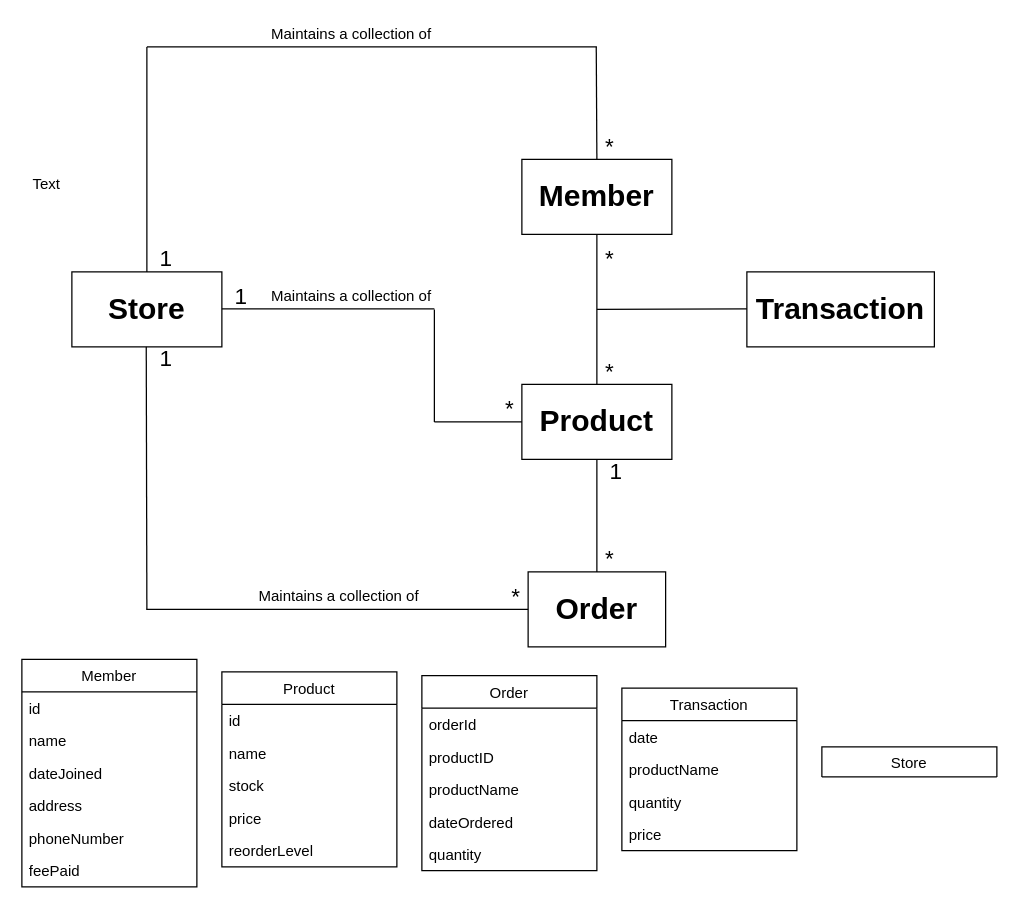
Above: Doc/Conceptual Class Diagram2.0.drawio in vinnyyo/GroupProject1 (draw.io), before the change. Source tidied: cells renumbered, new cells numbered last; positions are measured from the earlier drawing's top-left corner, leaving out a move shared by most shapes. Both pictures are drawn from the tidied source at 125%, with x=0, y=0 at pixel (21, 21).
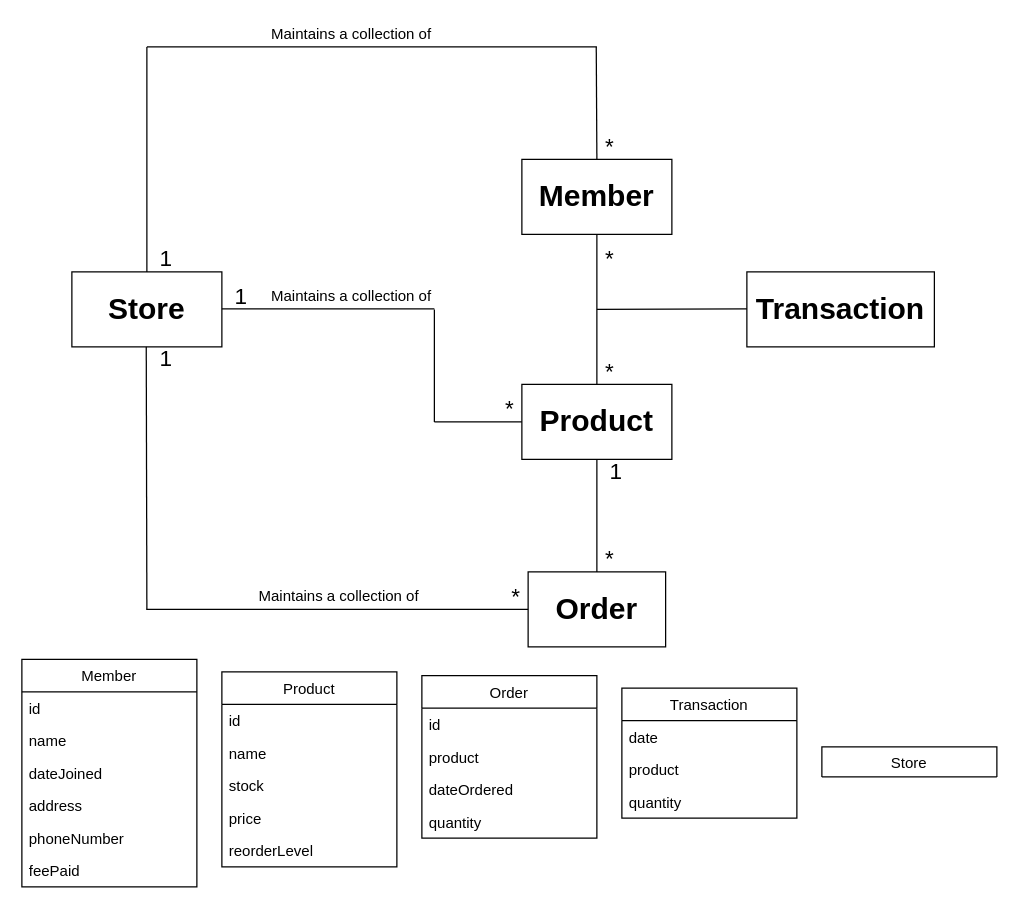
The same diagram, later.

What changed in the source:
```diff
@@
-    <mxCell id="31" value="Text" style="text;html=1;strokeColor=none;fillColor=none;align=center;verticalAlign=middle;whiteSpace=wrap;rounded=0;" parent="1" vertex="1">
-      <mxGeometry y="120" width="40" height="20" as="geometry" />
-    </mxCell>
@@
     <mxCell id="45" value="Order" style="swimlane;fontStyle=0;horizontal=1;startSize=26;fillColor=none;" parent="1" vertex="1">
-      <mxGeometry x="320" y="523" width="140" height="156" as="geometry" />
+      <mxGeometry x="320" y="523" width="140" height="130" as="geometry" />
     </mxCell>
+    <mxCell id="57" value="id" style="text;strokeColor=none;fillColor=none;align=left;verticalAlign=top;spacingLeft=4;spacingRight=4;overflow=hidden;" parent="45" vertex="1">
+      <mxGeometry y="26" width="140" height="26" as="geometry" />
+    </mxCell>
-    <mxCell id="46" value="orderId" style="text;strokeColor=none;fillColor=none;align=left;verticalAlign=top;spacingLeft=4;spacingRight=4;overflow=hidden;" parent="45" vertex="1">
-      <mxGeometry y="26" width="140" height="26" as="geometry" />
+    <mxCell id="46" value="product" style="text;strokeColor=none;fillColor=none;align=left;verticalAlign=top;spacingLeft=4;spacingRight=4;overflow=hidden;" parent="45" vertex="1">
+      <mxGeometry y="52" width="140" height="26" as="geometry" />
     </mxCell>
-    <mxCell id="47" value="productID" style="text;strokeColor=none;fillColor=none;align=left;verticalAlign=top;spacingLeft=4;spacingRight=4;overflow=hidden;" parent="45" vertex="1">
-      <mxGeometry y="52" width="140" height="26" as="geometry" />
-    </mxCell>
-    <mxCell id="48" value="productName" style="text;strokeColor=none;fillColor=none;align=left;verticalAlign=top;spacingLeft=4;spacingRight=4;overflow=hidden;" parent="45" vertex="1">
-      <mxGeometry y="78" width="140" height="26" as="geometry" />
-    </mxCell>
     <mxCell id="49" value="dateOrdered" style="text;strokeColor=none;fillColor=none;align=left;verticalAlign=top;spacingLeft=4;spacingRight=4;overflow=hidden;" parent="45" vertex="1">
-      <mxGeometry y="104" width="140" height="26" as="geometry" />
+      <mxGeometry y="78" width="140" height="26" as="geometry" />
     </mxCell>
     <mxCell id="50" value="quantity" style="text;strokeColor=none;fillColor=none;align=left;verticalAlign=top;spacingLeft=4;spacingRight=4;overflow=hidden;" parent="45" vertex="1">
-      <mxGeometry y="130" width="140" height="26" as="geometry" />
+      <mxGeometry y="104" width="140" height="26" as="geometry" />
     </mxCell>
     <mxCell id="51" value="Transaction" style="swimlane;fontStyle=0;horizontal=1;startSize=26;fillColor=none;" parent="1" vertex="1">
-      <mxGeometry x="480" y="533" width="140" height="130" as="geometry" />
+      <mxGeometry x="480" y="533" width="140" height="104" as="geometry" />
     </mxCell>
@@
-    <mxCell id="53" value="productName" style="text;strokeColor=none;fillColor=none;align=left;verticalAlign=top;spacingLeft=4;spacingRight=4;overflow=hidden;" parent="51" vertex="1">
+    <mxCell id="53" value="product" style="text;strokeColor=none;fillColor=none;align=left;verticalAlign=top;spacingLeft=4;spacingRight=4;overflow=hidden;" parent="51" vertex="1">
       <mxGeometry y="52" width="140" height="26" as="geometry" />
     </mxCell>
@@
-    <mxCell id="55" value="price" style="text;strokeColor=none;fillColor=none;align=left;verticalAlign=top;spacingLeft=4;spacingRight=4;overflow=hidden;" parent="51" vertex="1">
-      <mxGeometry y="104" width="140" height="26" as="geometry" />
-    </mxCell>
```
